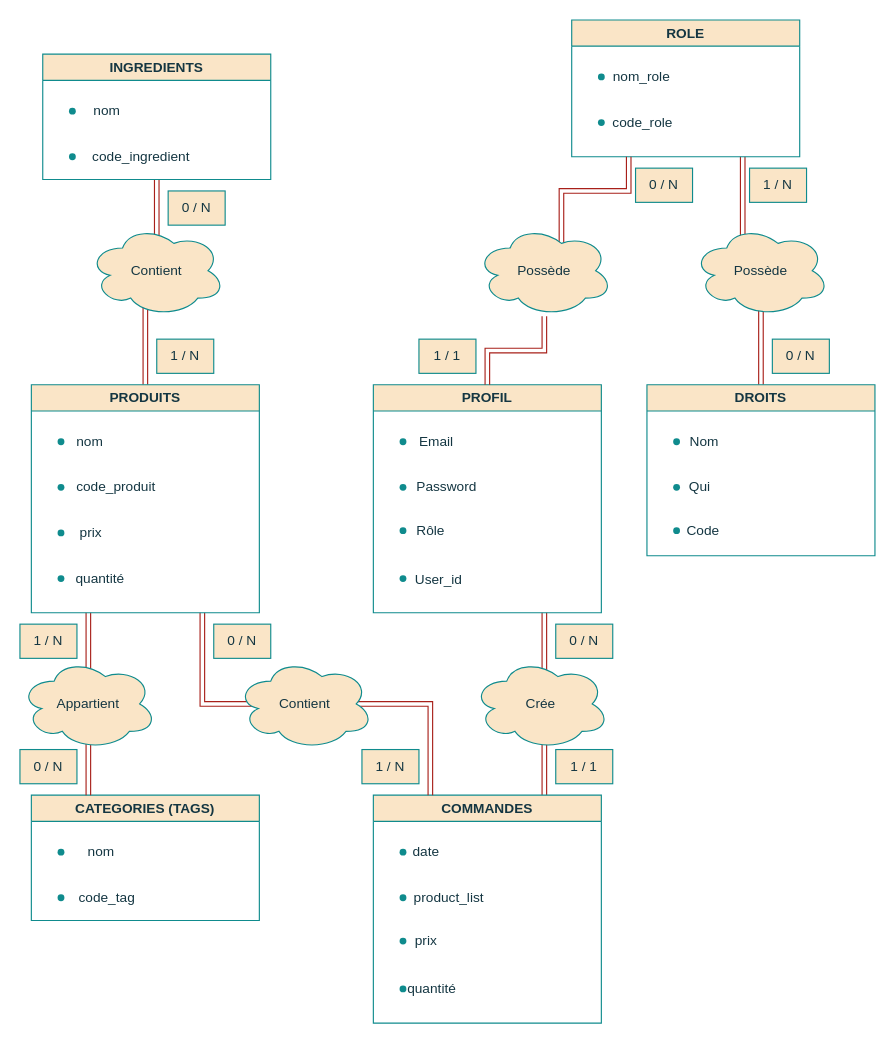
Above: MDC S07E07.drawio in MichaelKrakowiak/Draw.io (draw.io), before the change. Source tidied: cells renumbered, new cells numbered last; positions are measured from the earlier drawing's top-left corner, leaving out a move shared by most shapes. Both pictures are drawn from the tidied source at 114%, with x=0, y=0 at pixel (19, 19).
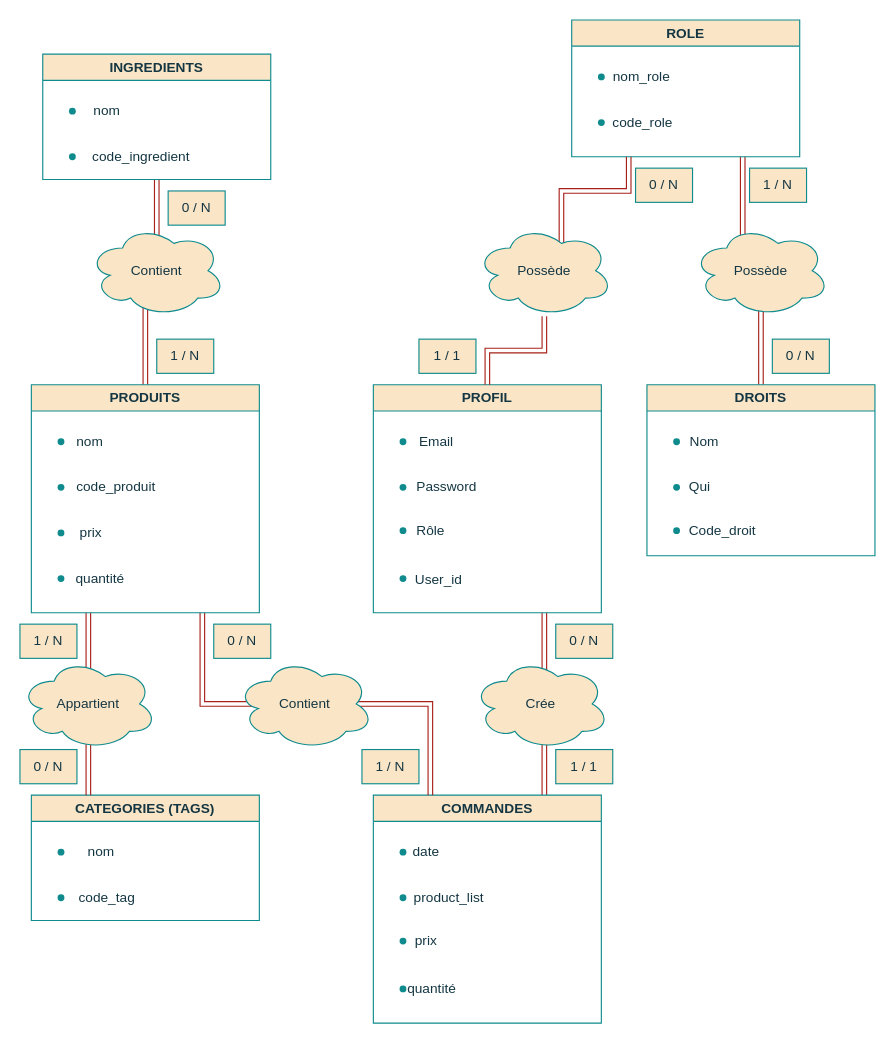
Above is the later version.

Commit message (it also covers changes not shown here):
Mettre à jour MDC S07E07.drawio

Unchanged cells that the change refers to:
```xml
<mxCell id="38" value="DROITS" style="swimlane;whiteSpace=wrap;html=1;labelBackgroundColor=none;fillColor=#FAE5C7;strokeColor=#0F8B8D;fontColor=#143642;" parent="1" vertex="1">
  <mxGeometry x="550" y="320" width="200" height="150" as="geometry" />
</mxCell>
```

Diff of the diagram source:
```diff
@@
-    <mxCell id="43" value="Code" style="text;html=1;align=center;verticalAlign=middle;strokeColor=none;fillColor=none;labelBackgroundColor=none;fontColor=#143642;" parent="38" vertex="1">
-      <mxGeometry x="24" y="113" width="50" height="30" as="geometry" />
+    <mxCell id="43" value="Code_droit" style="text;html=1;align=center;verticalAlign=middle;strokeColor=none;fillColor=none;labelBackgroundColor=none;fontColor=#143642;" parent="38" vertex="1">
+      <mxGeometry x="26" y="113" width="80" height="30" as="geometry" />
     </mxCell>
```
